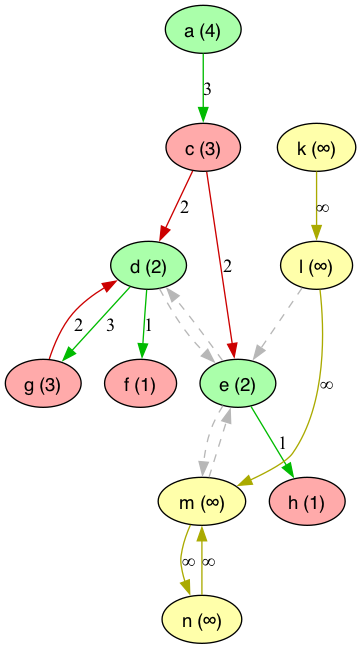
Before: lib/graphs/game_graph_colored.png, a diagram exported from Graphviz (idaks/Games-and-Argumentation). Its source is kept beside it as lib/graphs/game_graph_colored.dot.
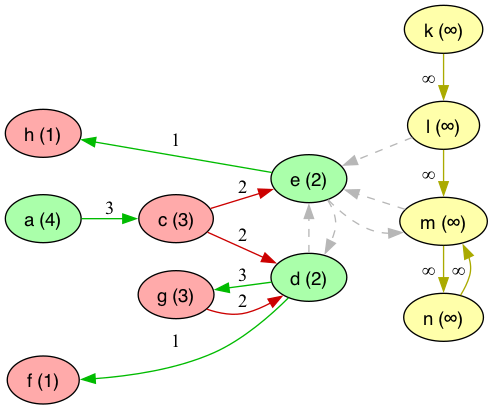
The same file after the commit.

The edit, as a diff of the source:
```diff
@@ -1,4 +1,5 @@
 digraph G {
+  rankdir="LR"
   node [shape=oval style=filled fontname=Helvetica fontsize=14]
   node [fillcolor="#AAFFAA" fontcolor="#000000"]
        a[label="a (4)"]
@@ -35,4 +36,9 @@
   edge [dir=forward, color="#00BB00", style="solid", label="1"]
         "d" -> "f";
         "e" -> "h";
+
+  {rank = min; f; h}
+  {rank = same; d; e}
+  {rank = same; c; g}
+  {rank = max; k; l; m; n}
 }
```
